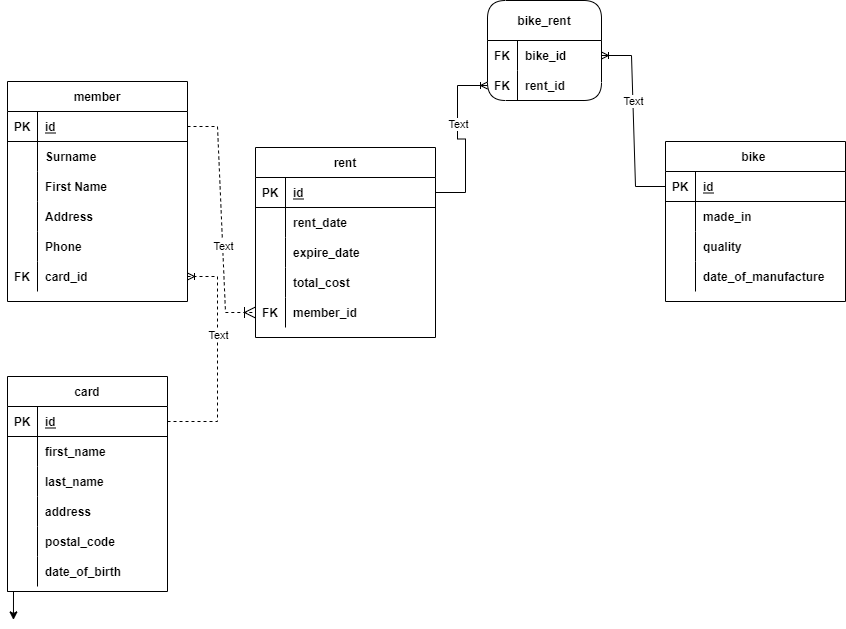
Above: databases/week2/relationship_diagram.png in Merhawi-gebreslasie/hyf-homework (draw.io), before the change. Source tidied: cells renumbered, new cells last; positions are measured from the earlier drawing's top-left corner, leaving out a move shared by most shapes.
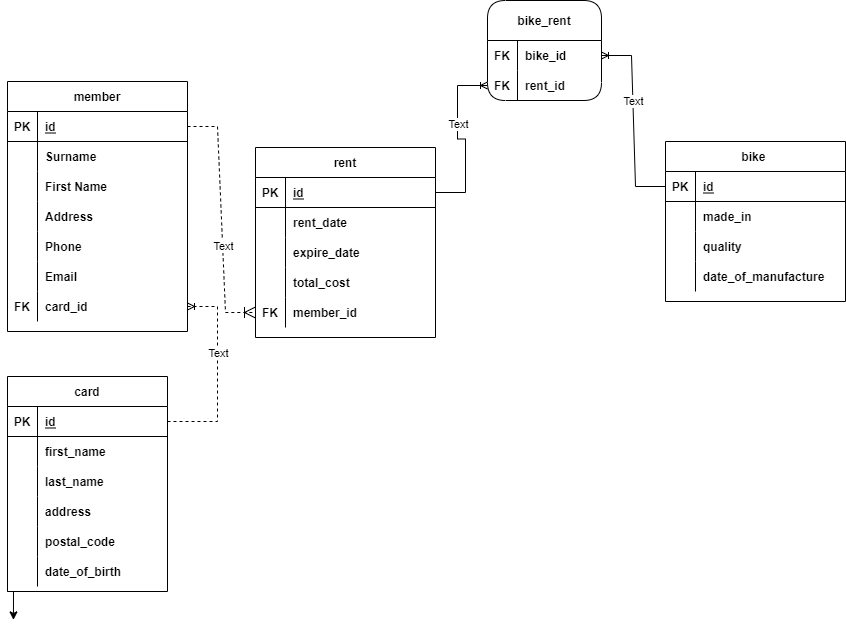
After the commit.

What changed in the source:
```diff
@@ -90,7 +90,7 @@
       <mxGeometry x="30" width="150" height="30" as="geometry" />
     </mxCell>
     <mxCell id="31" value="member" style="shape=table;startSize=30;rowLines=0;fontStyle=1;align=center;" parent="1" vertex="1">
-      <mxGeometry y="81" width="180" height="220" as="geometry" />
+      <mxGeometry y="81" width="180" height="250" as="geometry" />
     </mxCell>
     <mxCell id="32" style="shape=tableRow;horizontal=0;startSize=0;swimlaneHead=0;swimlaneBody=0;fillColor=none;points=[[0,0.5],[1,0.5]];portConstraint=eastwest;top=0;left=0;right=0;bottom=1;" parent="31" vertex="1">
       <mxGeometry y="30" width="180" height="30" as="geometry" />
@@ -137,8 +137,17 @@
     <mxCell id="46" value="Phone" style="shape=partialRectangle;fillColor=none;top=0;left=0;bottom=0;right=0;align=left;spacingLeft=6;overflow=hidden;fontStyle=1;" parent="44" vertex="1">
       <mxGeometry x="30" width="150" height="30" as="geometry" />
     </mxCell>
+    <mxCell id="85" style="shape=tableRow;horizontal=0;startSize=0;swimlaneHead=0;swimlaneBody=0;fillColor=none;top=0;left=0;right=0;bottom=0;" parent="31" vertex="1">
+      <mxGeometry y="180" width="180" height="30" as="geometry" />
+    </mxCell>
+    <mxCell id="86" style="shape=partialRectangle;fillColor=none;top=0;left=0;bottom=0;right=0;overflow=hidden;" parent="85" vertex="1">
+      <mxGeometry width="30" height="30" as="geometry" />
+    </mxCell>
+    <mxCell id="87" value="Email" style="shape=partialRectangle;fillColor=none;top=0;left=0;bottom=0;right=0;align=left;spacingLeft=6;overflow=hidden;fontStyle=1;" parent="85" vertex="1">
+      <mxGeometry x="30" width="150" height="30" as="geometry" />
+    </mxCell>
     <mxCell id="47" style="shape=tableRow;horizontal=0;startSize=0;swimlaneHead=0;swimlaneBody=0;fillColor=none;points=[[0,0.5],[1,0.5]];portConstraint=eastwest;top=0;left=0;right=0;bottom=0;" parent="31" vertex="1">
-      <mxGeometry y="180" width="180" height="30" as="geometry" />
+      <mxGeometry y="210" width="180" height="30" as="geometry" />
     </mxCell>
     <mxCell id="48" value="FK" style="shape=partialRectangle;fillColor=none;top=0;left=0;bottom=0;right=0;overflow=hidden;fontStyle=1;" parent="47" vertex="1">
       <mxGeometry width="30" height="30" as="geometry" />
```
